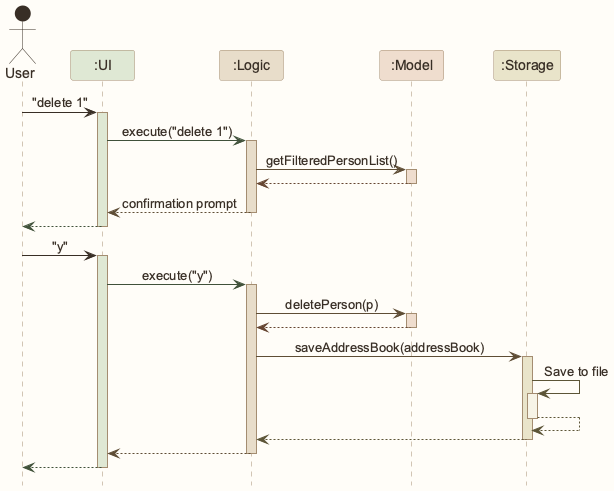
The PlantUML diagram images/ArchitectureSequenceDiagram.png in AY2627S1-CS2103T-W12-1/tp, before a commit.
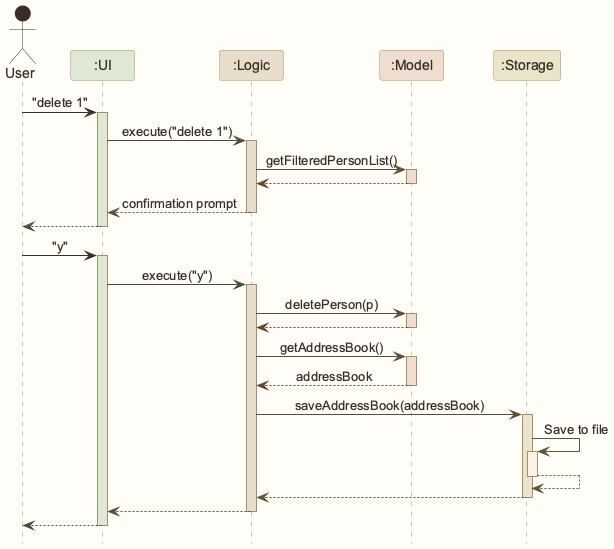
Above is the later version.

The edit, as a diff of the source:
```diff
@@ -1,4 +1,5 @@
 @startuml
+!pragma layout smetana
 !include style.puml
 skinparam ArrowFontStyle plain
 
@@ -17,7 +18,7 @@
 logic -[LOGIC_COLOR_T4]> model : getFilteredPersonList()
 activate model MODEL_COLOR
 
-model -[MODEL_COLOR_T4]-> logic
+model --[MODEL_COLOR_T4]> logic
 deactivate model
 
 logic --[LOGIC_COLOR_T4]> ui : confirmation prompt
@@ -35,7 +36,12 @@
 logic -[LOGIC_COLOR_T4]> model : deletePerson(p)
 activate model MODEL_COLOR
 
-model -[MODEL_COLOR_T4]-> logic
+model --[MODEL_COLOR_T4]> logic
+deactivate model
+
+logic -[LOGIC_COLOR_T4]> model : getAddressBook()
+activate model MODEL_COLOR
+model --[MODEL_COLOR_T4]> logic : addressBook
 deactivate model
 
 logic -[LOGIC_COLOR_T4]> storage : saveAddressBook(addressBook)
```
